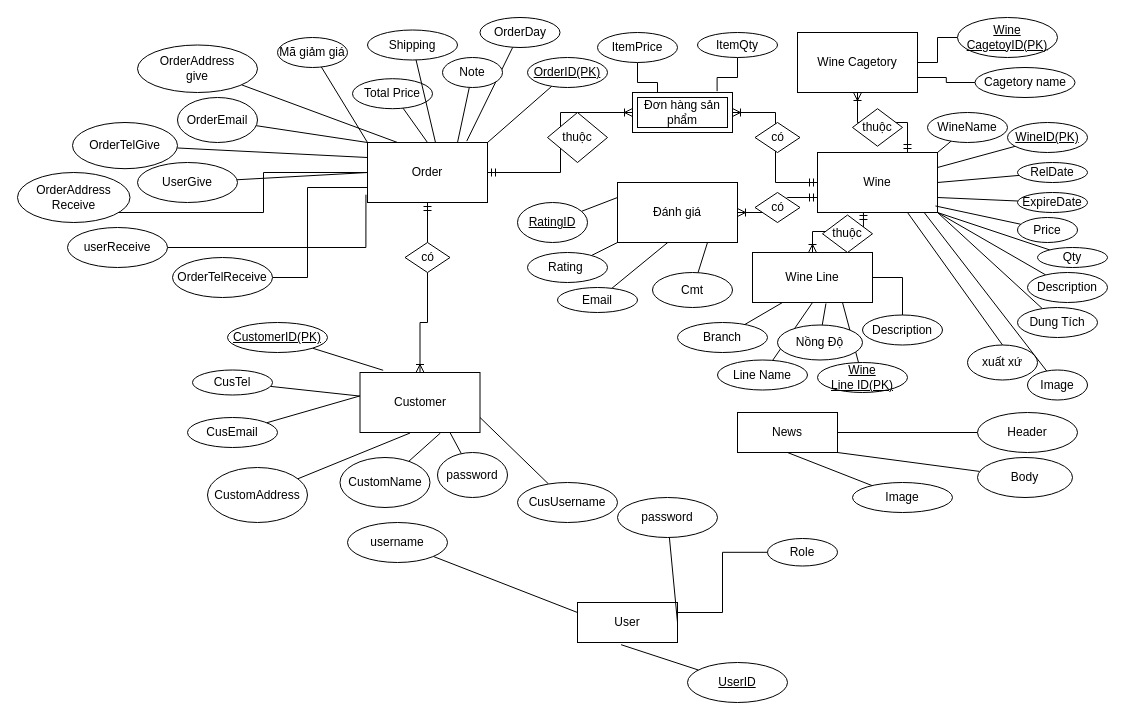
The draw.io diagram Untitled Diagram.drawio in NCanhhieu/T2207E-Diagram, before the edit. Source tidied: cells renumbered, new cells numbered last; positions are measured from the earlier drawing's top-left corner, leaving out a move shared by most shapes. Both pictures are drawn from the tidied source at 100%, with x=0, y=0 at pixel (17, 17).
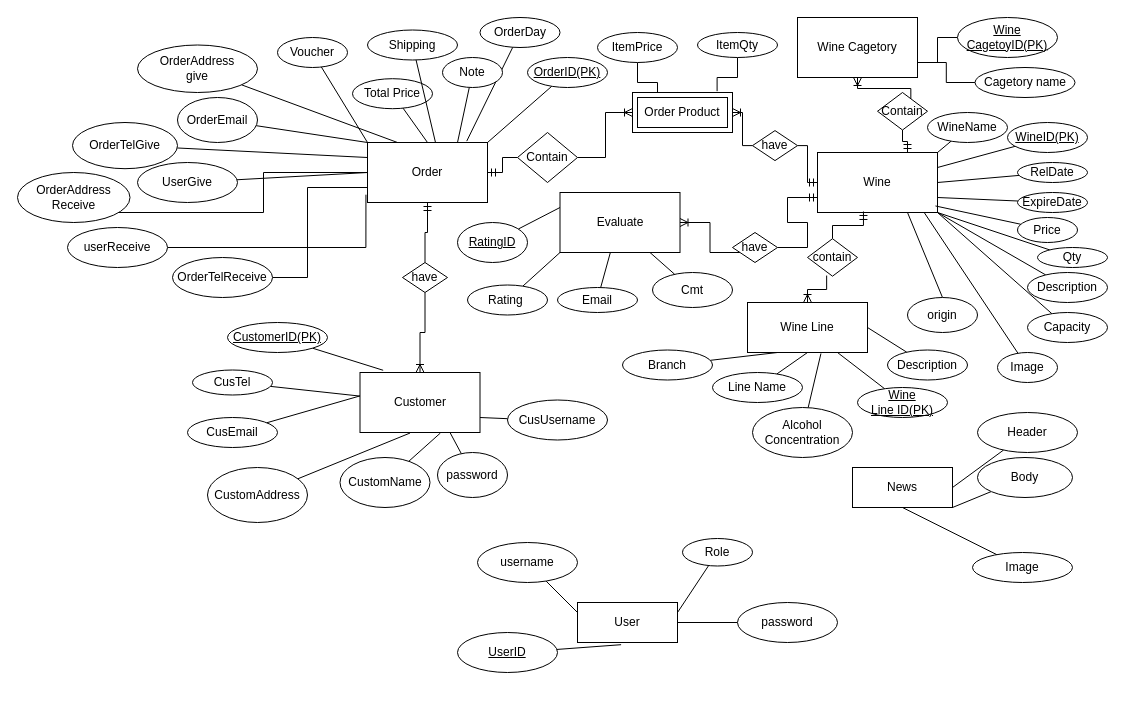
Above is the later version.

Unchanged cells that the change refers to:
```xml
<mxCell id="7" value="Order" style="rounded=0;whiteSpace=wrap;html=1;" parent="1" vertex="1">
  <mxGeometry x="350" y="125" width="120" height="60" as="geometry" />
</mxCell>
<mxCell id="11" value="Wine" style="rounded=0;whiteSpace=wrap;html=1;" parent="1" vertex="1">
  <mxGeometry x="800" y="135" width="120" height="60" as="geometry" />
</mxCell>
<mxCell id="85" value="User" style="whiteSpace=wrap;html=1;align=center;" parent="1" vertex="1">
  <mxGeometry x="560" y="585" width="100" height="40" as="geometry" />
</mxCell>
```

The edit, as a diff of the source:
```diff
@@
-    <mxCell id="2" style="edgeStyle=elbowEdgeStyle;fontSize=12;html=1;endArrow=ERoneToMany;startArrow=ERmandOne;rounded=0;exitX=0.75;exitY=0;exitDx=0;exitDy=0;elbow=vertical;entryX=0.5;entryY=1;entryDx=0;entryDy=0;" parent="1" edge="1" source="11" target="10">
+    <mxCell id="2" style="edgeStyle=elbowEdgeStyle;fontSize=12;html=1;endArrow=ERoneToMany;startArrow=none;rounded=0;exitX=0.75;exitY=0;exitDx=0;exitDy=0;elbow=vertical;entryX=0.5;entryY=1;entryDx=0;entryDy=0;startFill=0;" parent="1" edge="1" source="100" target="10">
       <mxGeometry relative="1" as="geometry" />
     </mxCell>
-    <mxCell id="3" style="fontSize=12;html=1;endArrow=ERoneToMany;startArrow=ERmandOne;rounded=0;exitX=0.383;exitY=0.983;exitDx=0;exitDy=0;entryX=0.5;entryY=0;entryDx=0;entryDy=0;edgeStyle=elbowEdgeStyle;elbow=vertical;exitPerimeter=0;" parent="1" edge="1" source="11" target="9">
+    <mxCell id="3" style="fontSize=12;html=1;endArrow=ERoneToMany;startArrow=none;rounded=0;exitX=0.383;exitY=0.983;exitDx=0;exitDy=0;entryX=0.5;entryY=0;entryDx=0;entryDy=0;edgeStyle=elbowEdgeStyle;elbow=vertical;exitPerimeter=0;startFill=0;" parent="1" edge="1" source="101" target="9">
       <mxGeometry relative="1" as="geometry" />
     </mxCell>
-    <mxCell id="4" style="edgeStyle=elbowEdgeStyle;fontSize=12;html=1;endArrow=ERoneToMany;startArrow=ERmandOne;rounded=0;exitX=0;exitY=0.5;exitDx=0;exitDy=0;entryX=1;entryY=0.5;entryDx=0;entryDy=0;" parent="1" edge="1" source="11" target="13">
+    <mxCell id="4" style="edgeStyle=elbowEdgeStyle;fontSize=12;html=1;endArrow=ERoneToMany;startArrow=none;rounded=0;exitX=0;exitY=0.5;exitDx=0;exitDy=0;entryX=1;entryY=0.5;entryDx=0;entryDy=0;startFill=0;" parent="1" edge="1" source="103" target="13">
       <mxGeometry relative="1" as="geometry" />
     </mxCell>
-    <mxCell id="5" style="edgeStyle=elbowEdgeStyle;fontSize=12;html=1;endArrow=ERoneToMany;startArrow=ERmandOne;rounded=0;exitX=1;exitY=0.5;exitDx=0;exitDy=0;entryX=0;entryY=0.5;entryDx=0;entryDy=0;" parent="1" edge="1" source="7" target="13">
+    <mxCell id="5" style="edgeStyle=elbowEdgeStyle;fontSize=12;html=1;endArrow=ERoneToMany;startArrow=none;rounded=0;exitX=1;exitY=0.5;exitDx=0;exitDy=0;entryX=0;entryY=0.5;entryDx=0;entryDy=0;startFill=0;" parent="1" edge="1" source="102" target="13">
       <mxGeometry relative="1" as="geometry" />
     </mxCell>
@@
     <mxCell id="9" value="Wine Line" style="rounded=0;whiteSpace=wrap;html=1;" parent="1" vertex="1">
-      <mxGeometry x="735" y="235" width="120" height="50" as="geometry" />
+      <mxGeometry x="730" y="285" width="120" height="50" as="geometry" />
     </mxCell>
     <mxCell id="10" value="Wine Cagetory" style="rounded=0;whiteSpace=wrap;html=1;" parent="1" vertex="1">
-      <mxGeometry x="780" y="15" width="120" height="60" as="geometry" />
+      <mxGeometry x="780" width="120" height="60" as="geometry" />
     </mxCell>
@@
-    <mxCell id="12" value="Đánh giá" style="rounded=0;whiteSpace=wrap;html=1;" parent="1" vertex="1">
-      <mxGeometry x="600" y="165" width="120" height="60" as="geometry" />
+    <mxCell id="12" value="Evaluate" style="rounded=0;whiteSpace=wrap;html=1;" parent="1" vertex="1">
+      <mxGeometry x="542.5" y="175" width="120" height="60" as="geometry" />
     </mxCell>
-    <mxCell id="13" value="Đơn hàng sản phẩm" style="shape=ext;margin=3;double=1;whiteSpace=wrap;html=1;align=center;" parent="1" vertex="1">
+    <mxCell id="13" value="Order Product" style="shape=ext;margin=3;double=1;whiteSpace=wrap;html=1;align=center;" parent="1" vertex="1">
       <mxGeometry x="615" y="75" width="100" height="40" as="geometry" />
     </mxCell>
@@
     <mxCell id="29" value="Branch" style="ellipse;whiteSpace=wrap;html=1;align=center;" parent="1" vertex="1">
-      <mxGeometry x="660" y="305" width="90" height="30" as="geometry" />
+      <mxGeometry x="605" y="332.5" width="90" height="30" as="geometry" />
     </mxCell>
@@
     <mxCell id="37" value="Line Name" style="ellipse;whiteSpace=wrap;html=1;align=center;" parent="1" vertex="1">
-      <mxGeometry x="700" y="342.5" width="90" height="30" as="geometry" />
+      <mxGeometry x="695" y="355" width="90" height="30" as="geometry" />
     </mxCell>
@@
     <mxCell id="43" value="Wine&lt;br style=&quot;border-color: var(--border-color);&quot;&gt;Line ID(PK)" style="ellipse;whiteSpace=wrap;html=1;align=center;fontStyle=4;" parent="1" vertex="1">
-      <mxGeometry x="800" y="345" width="90" height="30" as="geometry" />
+      <mxGeometry x="840" y="370" width="90" height="30" as="geometry" />
     </mxCell>
@@
-    <mxCell id="59" value="Dung Tích" style="ellipse;whiteSpace=wrap;html=1;align=center;" parent="1" vertex="1">
-      <mxGeometry x="1000" y="290" width="80" height="30" as="geometry" />
+    <mxCell id="59" value="Capacity" style="ellipse;whiteSpace=wrap;html=1;align=center;" parent="1" vertex="1">
+      <mxGeometry x="1010" y="295" width="80" height="30" as="geometry" />
     </mxCell>
@@
-    <mxCell id="63" value="Nồng Độ" style="ellipse;whiteSpace=wrap;html=1;align=center;" parent="1" vertex="1">
-      <mxGeometry x="760" y="307.5" width="85" height="35" as="geometry" />
+    <mxCell id="63" value="Alcohol&lt;br&gt;Concentration" style="ellipse;whiteSpace=wrap;html=1;align=center;" parent="1" vertex="1">
+      <mxGeometry x="735" y="390" width="100" height="50" as="geometry" />
     </mxCell>
@@
     <mxCell id="65" value="Rating&amp;nbsp;" style="ellipse;whiteSpace=wrap;html=1;align=center;" parent="1" vertex="1">
-      <mxGeometry x="510" y="235" width="80" height="30" as="geometry" />
+      <mxGeometry x="450" y="267.5" width="80" height="30" as="geometry" />
     </mxCell>
@@
     <mxCell id="71" value="RatingID" style="ellipse;whiteSpace=wrap;html=1;align=center;fontStyle=4;" parent="1" vertex="1">
-      <mxGeometry x="500" y="185" width="70" height="40" as="geometry" />
+      <mxGeometry x="440" y="205" width="70" height="40" as="geometry" />
     </mxCell>
-    <mxCell id="72" style="edgeStyle=entityRelationEdgeStyle;fontSize=12;html=1;endArrow=ERoneToMany;startArrow=ERmandOne;rounded=0;exitX=0;exitY=0.75;exitDx=0;exitDy=0;" parent="1" edge="1" source="11" target="12">
+    <mxCell id="72" style="edgeStyle=entityRelationEdgeStyle;fontSize=12;html=1;endArrow=ERoneToMany;startArrow=none;rounded=0;exitX=0;exitY=0.75;exitDx=0;exitDy=0;startFill=0;" parent="1" edge="1" source="99" target="12">
       <mxGeometry relative="1" as="geometry" />
     </mxCell>
@@
-    <mxCell id="74" value="xuất xứ" style="ellipse;whiteSpace=wrap;html=1;align=center;" parent="1" vertex="1">
-      <mxGeometry x="950" y="327.5" width="70" height="35" as="geometry" />
+    <mxCell id="74" value="origin" style="ellipse;whiteSpace=wrap;html=1;align=center;" parent="1" vertex="1">
+      <mxGeometry x="890" y="280" width="70" height="35" as="geometry" />
     </mxCell>
@@
-    <mxCell id="76" value="Mã giảm giá" style="ellipse;whiteSpace=wrap;html=1;align=center;" parent="1" vertex="1">
+    <mxCell id="76" value="Voucher" style="ellipse;whiteSpace=wrap;html=1;align=center;" parent="1" vertex="1">
       <mxGeometry x="260" y="20" width="70" height="30" as="geometry" />
     </mxCell>
@@
     <mxCell id="83" value="Image" style="ellipse;whiteSpace=wrap;html=1;align=center;" parent="1" vertex="1">
-      <mxGeometry x="1010" y="352.5" width="60" height="30" as="geometry" />
+      <mxGeometry x="980" y="335" width="60" height="30" as="geometry" />
     </mxCell>
@@
     <mxCell id="86" value="News" style="whiteSpace=wrap;html=1;align=center;" parent="1" vertex="1">
-      <mxGeometry x="720" y="395" width="100" height="40" as="geometry" />
+      <mxGeometry x="835" y="450" width="100" height="40" as="geometry" />
     </mxCell>
@@
     <mxCell id="88" value="username" style="ellipse;whiteSpace=wrap;html=1;align=center;" parent="1" vertex="1">
-      <mxGeometry x="330" y="505" width="100" height="40" as="geometry" />
+      <mxGeometry x="460" y="525" width="100" height="40" as="geometry" />
     </mxCell>
@@
     <mxCell id="90" value="UserID" style="ellipse;whiteSpace=wrap;html=1;align=center;fontStyle=4;" parent="1" vertex="1">
-      <mxGeometry x="670" y="645" width="100" height="40" as="geometry" />
+      <mxGeometry x="440" y="615" width="100" height="40" as="geometry" />
     </mxCell>
@@
     <mxCell id="92" value="password" style="ellipse;whiteSpace=wrap;html=1;align=center;" parent="1" vertex="1">
-      <mxGeometry x="600" y="480" width="100" height="40" as="geometry" />
+      <mxGeometry x="720" y="585" width="100" height="40" as="geometry" />
     </mxCell>
@@
     <mxCell id="98" value="Image" style="ellipse;whiteSpace=wrap;html=1;align=center;" parent="1" vertex="1">
-      <mxGeometry x="835" y="465" width="100" height="30" as="geometry" />
+      <mxGeometry x="955" y="535" width="100" height="30" as="geometry" />
     </mxCell>
-    <mxCell id="99" value="có" style="rhombus;whiteSpace=wrap;html=1;" parent="1" vertex="1">
-      <mxGeometry x="737.5" y="175" width="45" height="30" as="geometry" />
-    </mxCell>
-    <mxCell id="100" value="thuộc" style="rhombus;whiteSpace=wrap;html=1;" parent="1" vertex="1">
-      <mxGeometry x="835" y="91.2" width="50" height="37.5" as="geometry" />
-    </mxCell>
-    <mxCell id="101" value="thuộc" style="rhombus;whiteSpace=wrap;html=1;" parent="1" vertex="1">
-      <mxGeometry x="805" y="197.5" width="50" height="37.5" as="geometry" />
-    </mxCell>
-    <mxCell id="102" value="thuộc" style="rhombus;whiteSpace=wrap;html=1;" parent="1" vertex="1">
-      <mxGeometry x="530" y="95" width="60" height="50" as="geometry" />
-    </mxCell>
-    <mxCell id="103" value="có" style="rhombus;whiteSpace=wrap;html=1;" parent="1" vertex="1">
-      <mxGeometry x="737.5" y="105" width="45" height="30" as="geometry" />
-    </mxCell>
-    <mxCell id="104" style="edgeStyle=orthogonalEdgeStyle;rounded=0;jettySize=auto;html=1;entryX=1;entryY=0.25;entryDx=0;entryDy=0;endArrow=none;endFill=0;" parent="1" edge="1" source="105" target="85">
+    <mxCell id="104" style="rounded=0;jettySize=auto;html=1;entryX=1;entryY=0.25;entryDx=0;entryDy=0;endArrow=none;endFill=0;" parent="1" edge="1" source="105" target="85">
       <mxGeometry relative="1" as="geometry" />
     </mxCell>
     <mxCell id="105" value="Role" style="ellipse;whiteSpace=wrap;html=1;align=center;" parent="1" vertex="1">
-      <mxGeometry x="750" y="521" width="70" height="27.5" as="geometry" />
+      <mxGeometry x="665" y="521" width="70" height="27.5" as="geometry" />
     </mxCell>
-    <mxCell id="106" style="edgeStyle=orthogonalEdgeStyle;rounded=0;jettySize=auto;html=1;entryX=1;entryY=0.5;entryDx=0;entryDy=0;endArrow=none;endFill=0;" parent="1" edge="1" source="107" target="9">
+    <mxCell id="106" style="rounded=0;jettySize=auto;html=1;entryX=1;entryY=0.5;entryDx=0;entryDy=0;endArrow=none;endFill=0;" parent="1" edge="1" source="107" target="9">
       <mxGeometry relative="1" as="geometry" />
     </mxCell>
     <mxCell id="107" value="Description" style="ellipse;whiteSpace=wrap;html=1;align=center;" parent="1" vertex="1">
-      <mxGeometry x="845" y="297.5" width="80" height="30" as="geometry" />
+      <mxGeometry x="870" y="332.5" width="80" height="30" as="geometry" />
     </mxCell>
@@
     <mxCell id="113" value="CusUsername" style="ellipse;whiteSpace=wrap;html=1;align=center;" parent="1" vertex="1">
-      <mxGeometry x="500" y="465" width="100" height="40" as="geometry" />
+      <mxGeometry x="490" y="382.5" width="100" height="40" as="geometry" />
     </mxCell>
@@
-    <mxCell id="127" value="có" style="rhombus;whiteSpace=wrap;html=1;" parent="1" vertex="1">
-      <mxGeometry x="387.5" y="225" width="45" height="30" as="geometry" />
+    <mxCell id="127" value="have" style="rhombus;whiteSpace=wrap;html=1;" parent="1" vertex="1">
+      <mxGeometry x="385" y="245" width="45" height="30" as="geometry" />
     </mxCell>
+    <mxCell id="128" style="edgeStyle=elbowEdgeStyle;fontSize=12;html=1;endArrow=none;startArrow=ERmandOne;rounded=0;exitX=1;exitY=0.5;exitDx=0;exitDy=0;entryX=0;entryY=0.5;entryDx=0;entryDy=0;endFill=0;" parent="1" edge="1" source="7" target="102">
+      <mxGeometry relative="1" as="geometry" />
+    </mxCell>
+    <mxCell id="102" value="Contain" style="rhombus;whiteSpace=wrap;html=1;" parent="1" vertex="1">
+      <mxGeometry x="500" y="115" width="60" height="50" as="geometry" />
+    </mxCell>
+    <mxCell id="129" style="edgeStyle=none;rounded=0;orthogonalLoop=1;jettySize=auto;html=1;exitX=1;exitY=1;exitDx=0;exitDy=0;" parent="1" edge="1" source="127" target="127">
+      <mxGeometry relative="1" as="geometry" />
+    </mxCell>
+    <mxCell id="130" style="fontSize=12;html=1;endArrow=none;startArrow=ERmandOne;rounded=0;exitX=0.383;exitY=0.983;exitDx=0;exitDy=0;entryX=0.5;entryY=0;entryDx=0;entryDy=0;edgeStyle=elbowEdgeStyle;elbow=vertical;exitPerimeter=0;endFill=0;" parent="1" edge="1" source="11" target="101">
+      <mxGeometry relative="1" as="geometry" />
+    </mxCell>
+    <mxCell id="101" value="contain" style="rhombus;whiteSpace=wrap;html=1;" parent="1" vertex="1">
+      <mxGeometry x="790" y="221.2" width="50" height="37.5" as="geometry" />
+    </mxCell>
+    <mxCell id="131" style="edgeStyle=entityRelationEdgeStyle;fontSize=12;html=1;endArrow=none;startArrow=ERmandOne;rounded=0;exitX=0;exitY=0.75;exitDx=0;exitDy=0;endFill=0;" parent="1" edge="1" source="11" target="99">
+      <mxGeometry relative="1" as="geometry" />
+    </mxCell>
+    <mxCell id="99" value="have" style="rhombus;whiteSpace=wrap;html=1;" parent="1" vertex="1">
+      <mxGeometry x="715" y="215" width="45" height="30" as="geometry" />
+    </mxCell>
+    <mxCell id="132" style="edgeStyle=elbowEdgeStyle;fontSize=12;html=1;endArrow=none;startArrow=ERmandOne;rounded=0;exitX=0;exitY=0.5;exitDx=0;exitDy=0;entryX=1;entryY=0.5;entryDx=0;entryDy=0;endFill=0;" parent="1" edge="1" source="11" target="103">
+      <mxGeometry relative="1" as="geometry" />
+    </mxCell>
+    <mxCell id="103" value="have" style="rhombus;whiteSpace=wrap;html=1;" parent="1" vertex="1">
+      <mxGeometry x="735" y="113.1" width="45" height="30" as="geometry" />
+    </mxCell>
+    <mxCell id="133" style="edgeStyle=elbowEdgeStyle;fontSize=12;html=1;endArrow=none;startArrow=ERmandOne;rounded=0;exitX=0.75;exitY=0;exitDx=0;exitDy=0;elbow=vertical;entryX=0.5;entryY=1;entryDx=0;entryDy=0;endFill=0;" parent="1" edge="1" source="11" target="100">
+      <mxGeometry relative="1" as="geometry" />
+    </mxCell>
+    <mxCell id="100" value="Contain" style="rhombus;whiteSpace=wrap;html=1;" parent="1" vertex="1">
+      <mxGeometry x="860" y="75" width="50" height="37.5" as="geometry" />
+    </mxCell>
```
